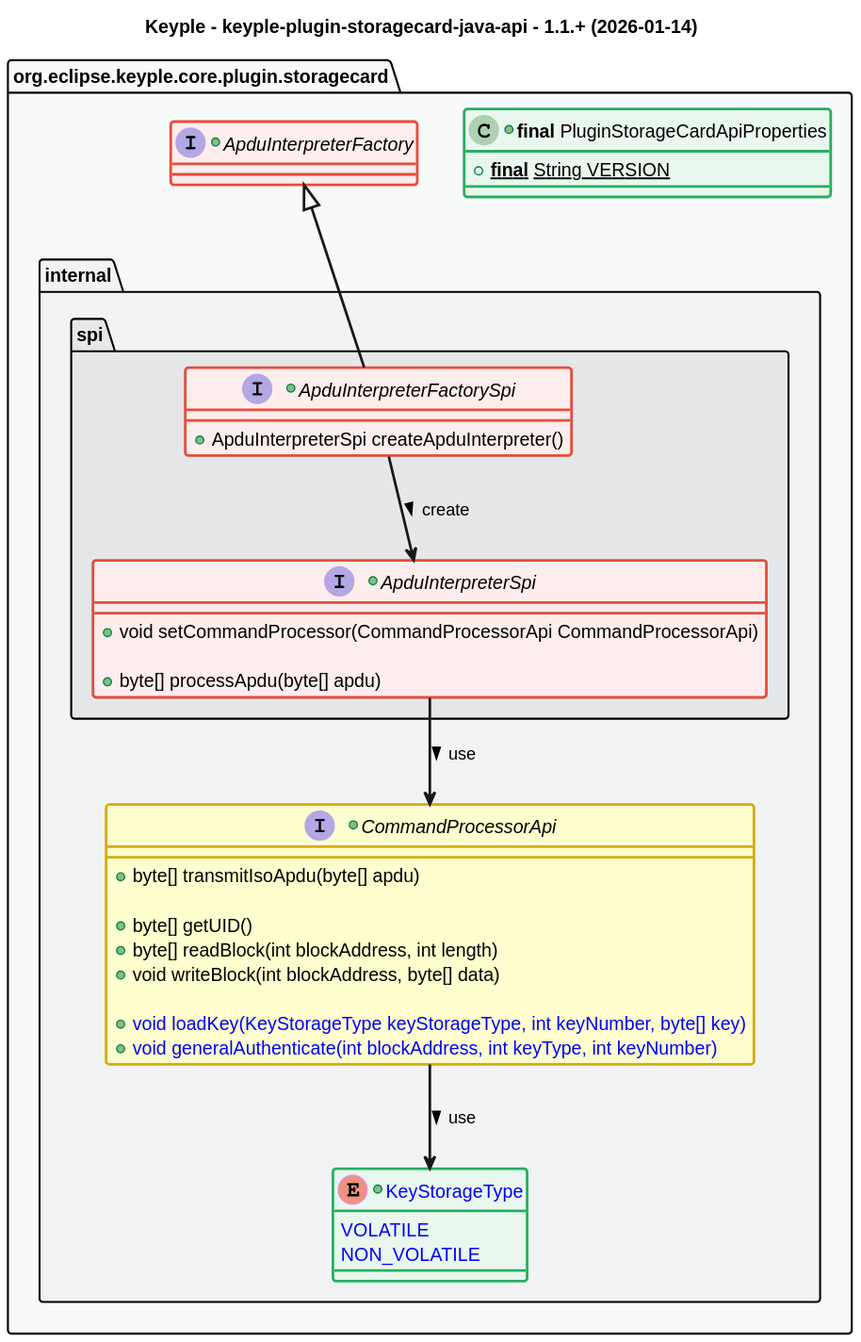
The PlantUML diagram src/main/uml/api_class_diagram.svg in eclipse-keyple/keyple-plugin-storagecard-java-api, before a commit.
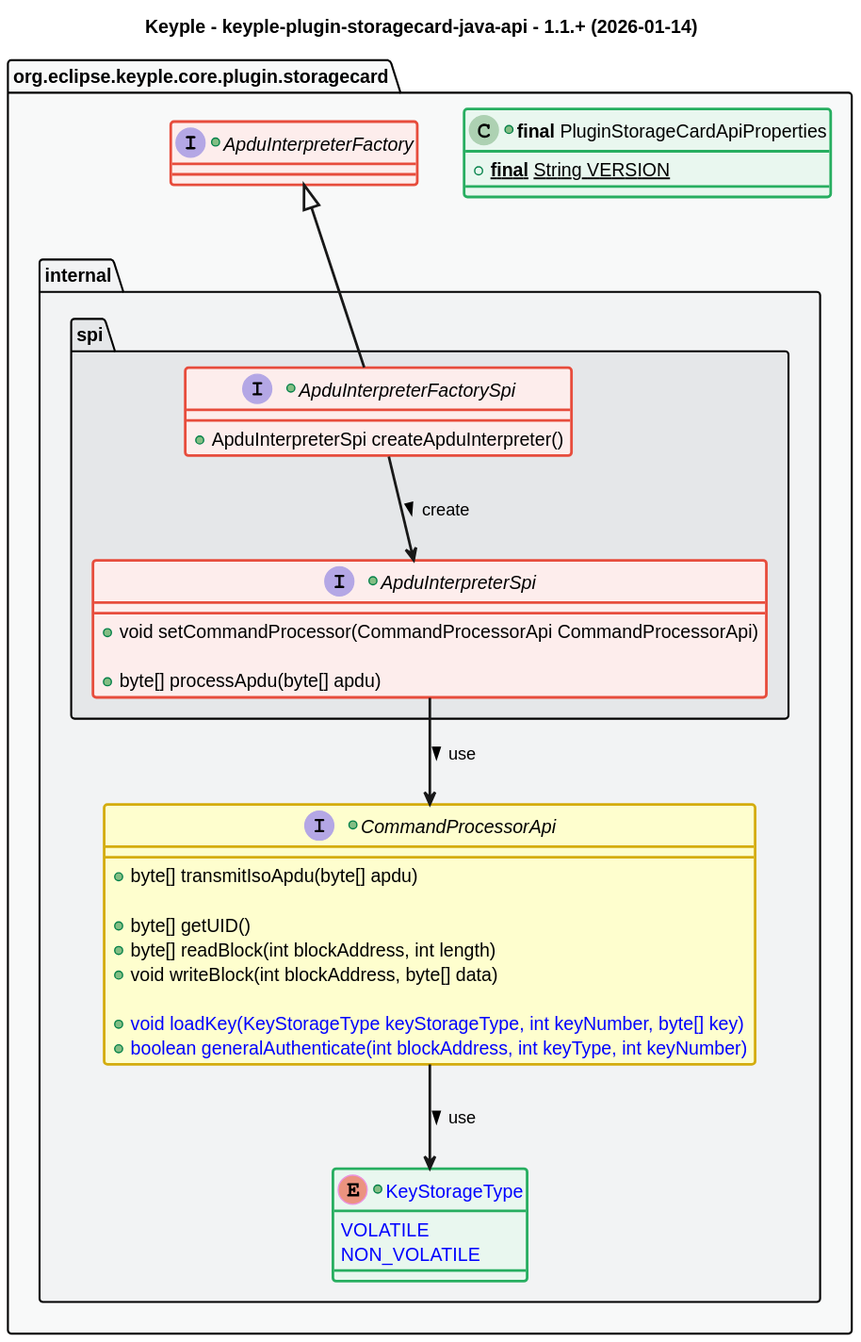
Above is the later version.

Commit message:
update: modify API class diagram to reflect the latest class structure

Change to the diagram source:
```diff
@@ -59,7 +59,7 @@
           +void writeBlock(int blockAddress, byte[] data)
 
           +<color:blue>void loadKey(KeyStorageType keyStorageType, int keyNumber, byte[] key)
-          +<color:blue>void generalAuthenticate(int blockAddress, int keyType, int keyNumber)
+          +<color:blue>boolean generalAuthenticate(int blockAddress, int keyType, int keyNumber)
       }
       package spi #C_GREY3 {
         +interface ApduInterpreterFactorySpi <<red>> extends api.ApduInterpreterFactory {
```
